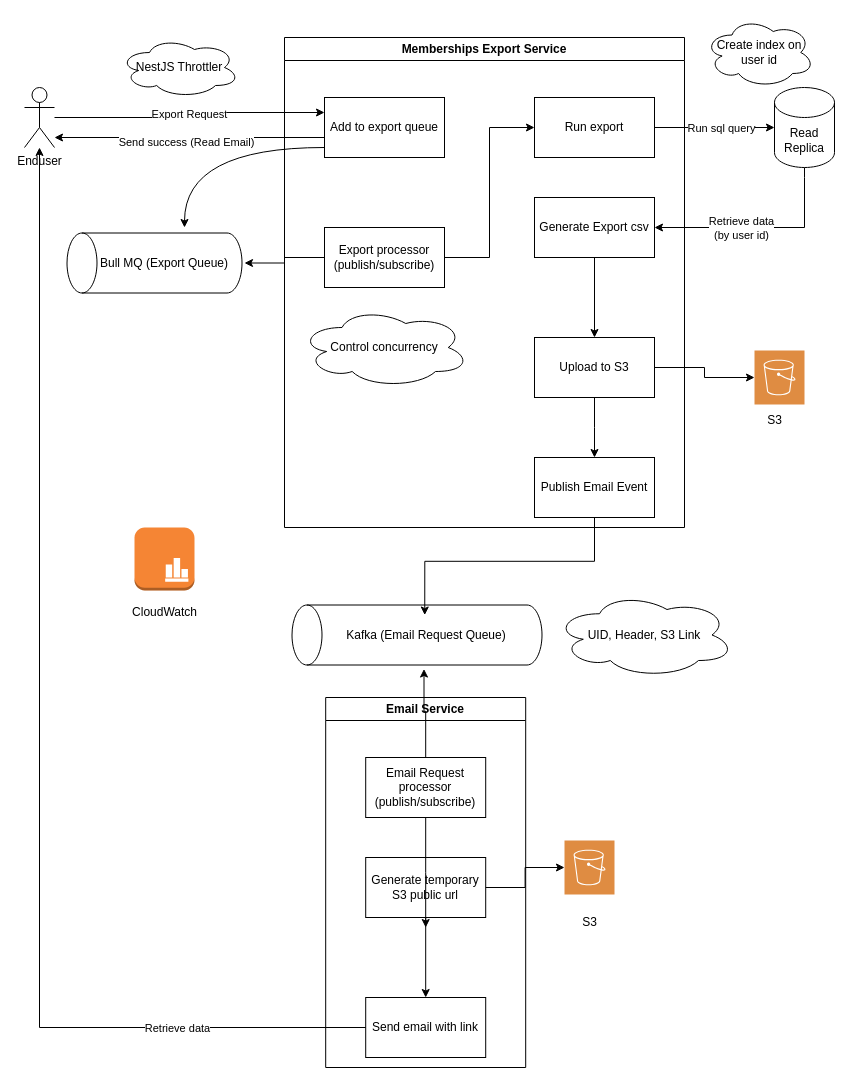
This is Arch/Arch.drawio from FarukValjevac/ApiRefactoring, a draw.io file, before an edit. Source tidied: cells renumbered, new cells numbered last; positions are measured from the earlier drawing's top-left corner, leaving out a move shared by most shapes. Both pictures are drawn from the tidied source at 100%, with x=0, y=0 at pixel (24, 17).
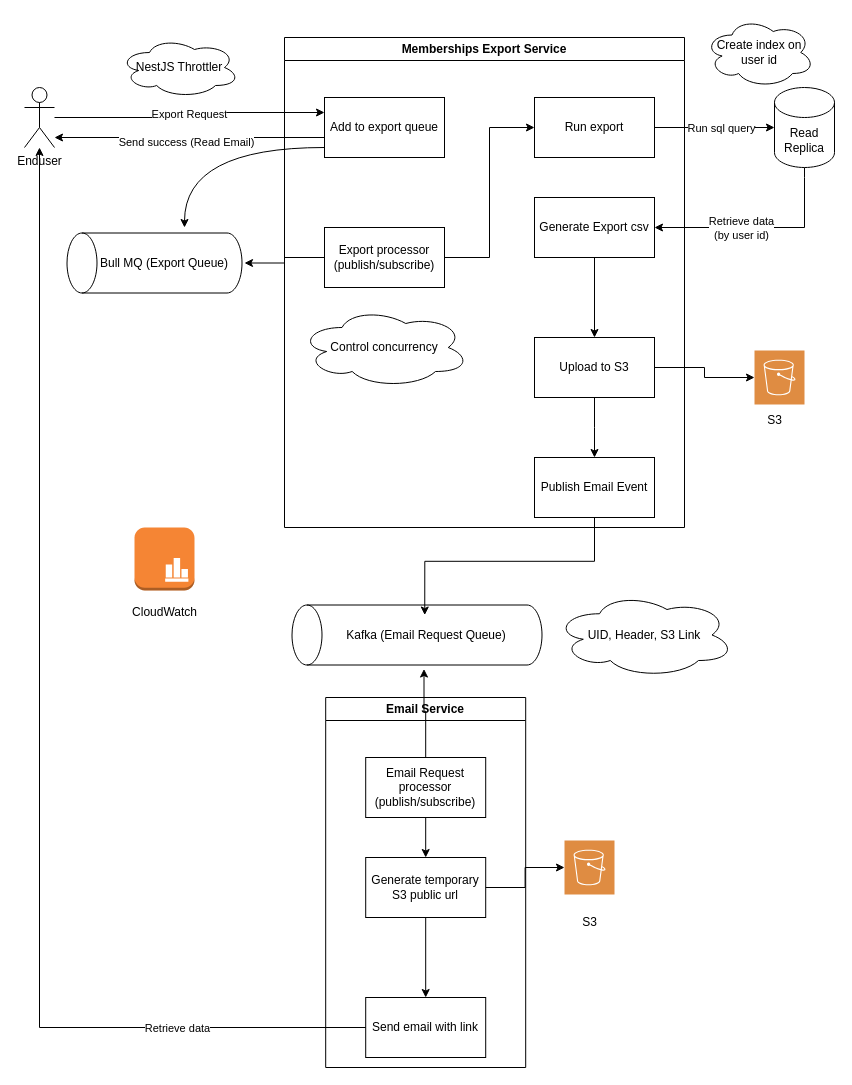
After the change.

Commit message (it also covers changes not shown here):
Arch corrected

The change refers to these unchanged cells:
```xml
<mxCell id="25" value="Email Service" style="swimlane;whiteSpace=wrap;html=1;" parent="1" vertex="1">
  <mxGeometry x="301.2" y="680" width="200" height="370" as="geometry" />
</mxCell>
<mxCell id="26" value="Email Request processor&lt;div&gt;(publish/subscribe)&lt;/div&gt;" style="rounded=0;whiteSpace=wrap;html=1;" parent="25" vertex="1">
  <mxGeometry x="40" y="60" width="120" height="60" as="geometry" />
</mxCell>
<mxCell id="28" value="Generate temporary S3 public url" style="whiteSpace=wrap;html=1;rounded=0;" parent="25" vertex="1">
  <mxGeometry x="40" y="160" width="120" height="60" as="geometry" />
</mxCell>
```

What changed in the source:
```diff
@@
-    <mxCell id="30" style="edgeStyle=orthogonalEdgeStyle;rounded=0;jettySize=auto;html=1;exitX=0.5;exitY=1;exitDx=0;exitDy=0;" parent="25" edge="1" source="26">
-      <mxGeometry relative="1" as="geometry">
-        <mxPoint x="100" y="230" as="targetPoint" />
-      </mxGeometry>
+    <mxCell id="30" style="edgeStyle=orthogonalEdgeStyle;rounded=0;jettySize=auto;html=1;exitX=0.5;exitY=1;exitDx=0;exitDy=0;entryX=0.5;entryY=0;entryDx=0;entryDy=0;" parent="25" edge="1" source="26" target="28">
+      <mxGeometry relative="1" as="geometry" />
     </mxCell>
```
